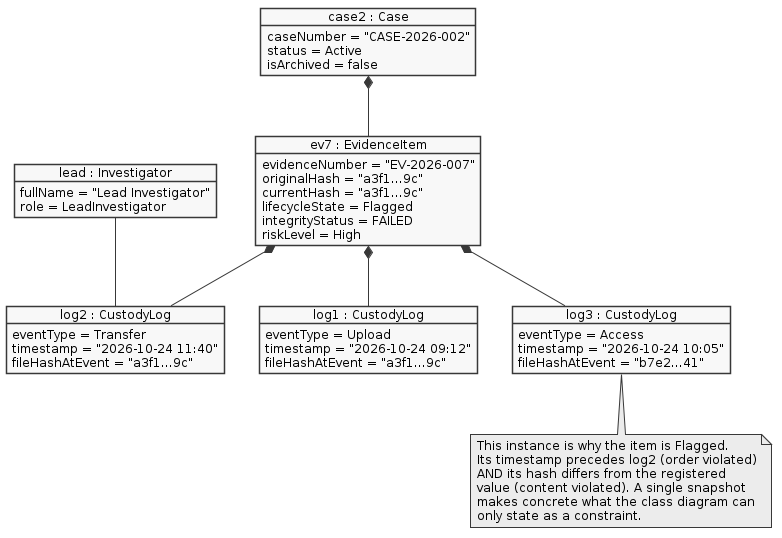
Above: diagrams_v3/07_object_snapshot.png in vidhyaharini0/DEICMS (PlantUML), before the change.
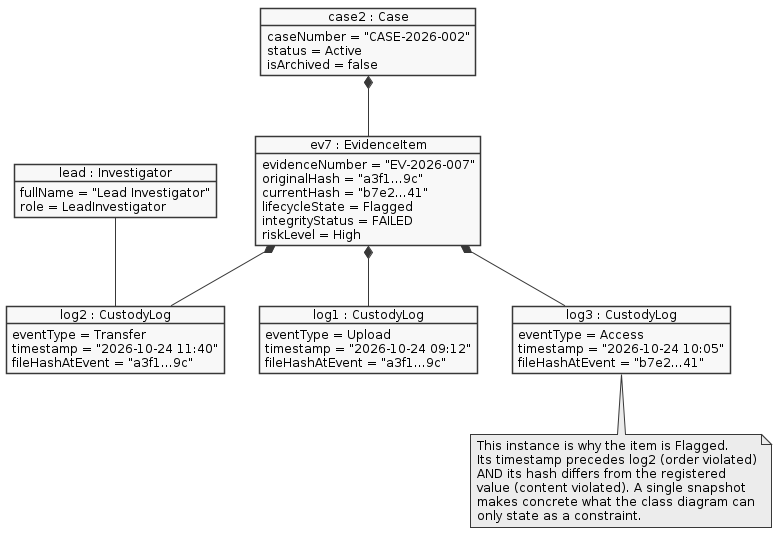
Later version of the same file.

Diff of the diagram source:
```diff
@@ -9,7 +9,7 @@
 object "ev7 : EvidenceItem" as EV {
   evidenceNumber = "EV-2026-007"
   originalHash = "a3f1...9c"
-  currentHash = "a3f1...9c"
+  currentHash = "b7e2...41"
   lifecycleState = Flagged
   integrityStatus = FAILED
   riskLevel = High
```
